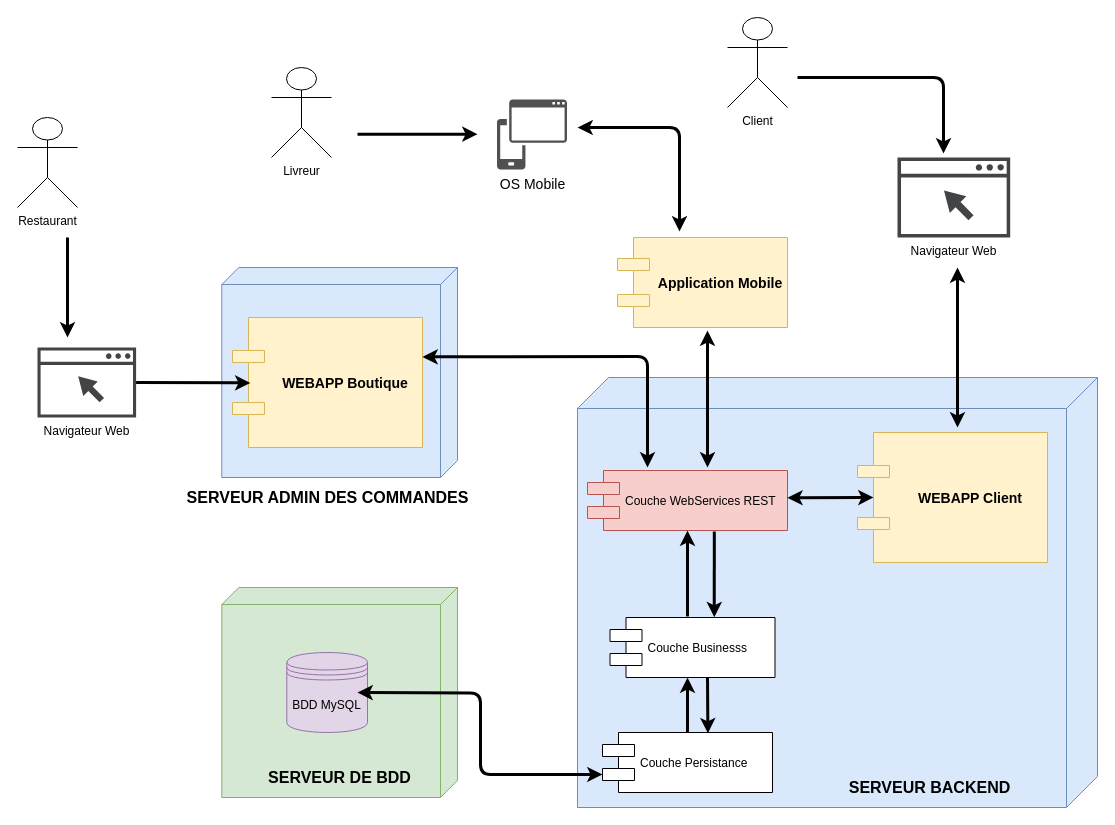
This is page "Diagramme de deploiement" (10 of 10) of P5-UseCase-definotion.drawio from Ketut38/OC-P5-Pizza, a draw.io file, before an edit. Source tidied: cells renumbered, new cells numbered last; positions are measured from the earlier drawing's top-left corner, leaving out a move shared by most shapes. Both pictures are drawn from the tidied source at 100%, with x=0, y=0 at pixel (17, 17).
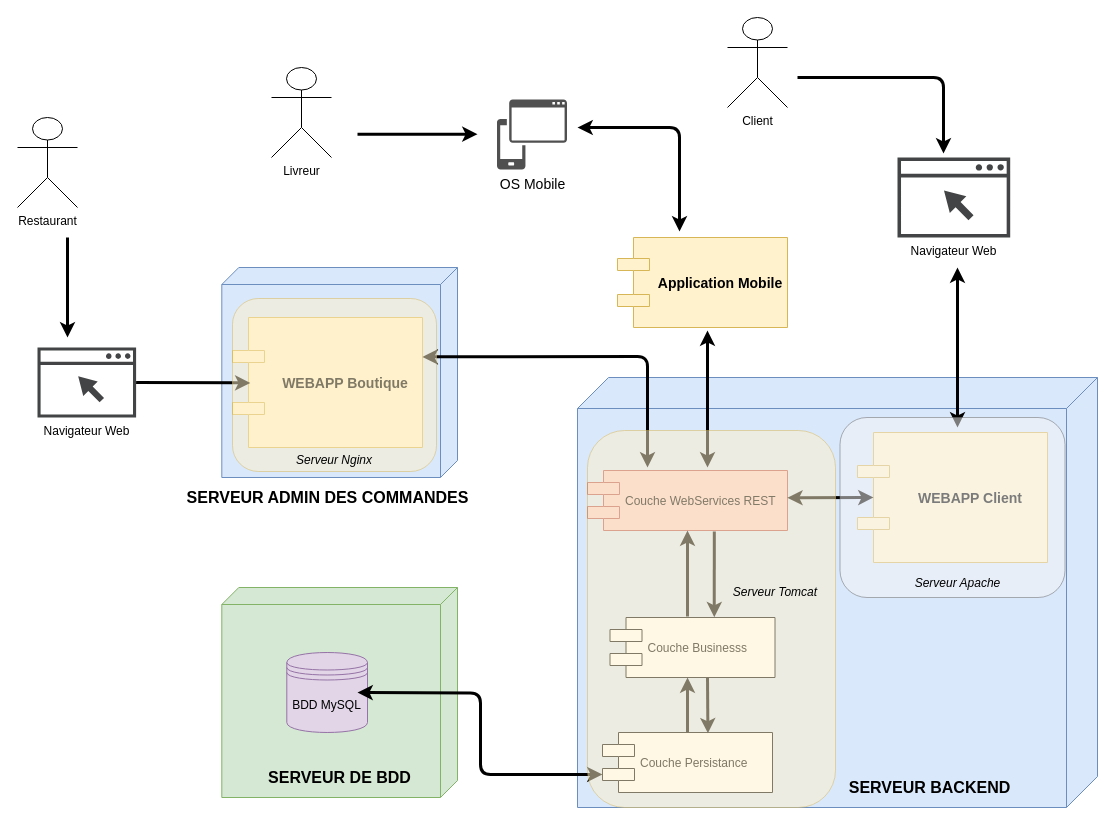
The same page after the edit.

The edit, as a diff of the source:
```diff
@@
+    <mxCell id="35" style="rounded=1;whiteSpace=wrap;html=1;fillColor=#f5f5f5;strokeColor=#666666;opacity=50;fontColor=#333333;" parent="1" vertex="1">
+      <mxGeometry x="822.5" y="400" width="225" height="180" as="geometry" />
+    </mxCell>
+    <mxCell id="36" value="&lt;i&gt;Serveur Apache&lt;/i&gt;" style="text;html=1;strokeColor=none;fillColor=none;align=center;verticalAlign=middle;whiteSpace=wrap;rounded=0;opacity=50;" parent="1" vertex="1">
+      <mxGeometry x="887.7" y="556" width="105" height="20" as="geometry" />
+    </mxCell>
+    <mxCell id="37" style="rounded=1;whiteSpace=wrap;html=1;fillColor=#fff2cc;opacity=50;strokeColor=#d6b656;" parent="1" vertex="1">
+      <mxGeometry x="215" y="281" width="204" height="173" as="geometry" />
+    </mxCell>
+    <mxCell id="38" value="&lt;i&gt;Serveur Nginx&lt;/i&gt;" style="text;html=1;strokeColor=none;fillColor=none;align=center;verticalAlign=middle;whiteSpace=wrap;rounded=0;opacity=50;" parent="1" vertex="1">
+      <mxGeometry x="264" y="433" width="106" height="20" as="geometry" />
+    </mxCell>
+    <mxCell id="39" style="rounded=1;whiteSpace=wrap;html=1;fillColor=#fff2cc;opacity=50;strokeColor=#d6b656;" parent="1" vertex="1">
+      <mxGeometry x="570" y="413" width="248" height="377" as="geometry" />
+    </mxCell>
+    <mxCell id="40" value="&lt;i&gt;Serveur Tomcat&lt;/i&gt;" style="text;html=1;strokeColor=none;fillColor=none;align=center;verticalAlign=middle;whiteSpace=wrap;rounded=0;opacity=50;" parent="1" vertex="1">
+      <mxGeometry x="710" y="565" width="96" height="20" as="geometry" />
+    </mxCell>
```
